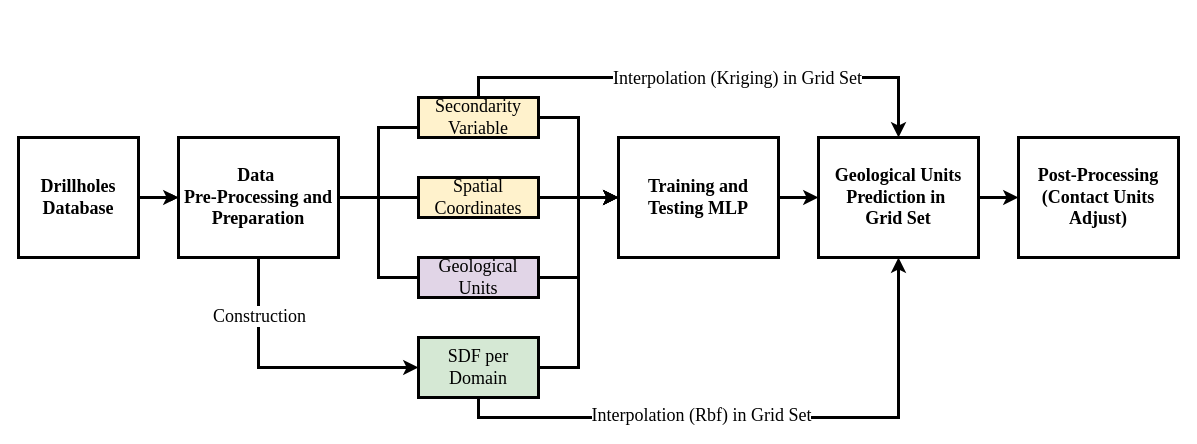
Above: flow_geology_research.drawio in heberallin/Trabajos (draw.io), before the change. Source tidied: cells renumbered, new cells numbered last; positions are measured from the earlier drawing's top-left corner, leaving out a move shared by most shapes. Both pictures are drawn from the tidied source at 100%, with x=0, y=0 at pixel (18, 97).
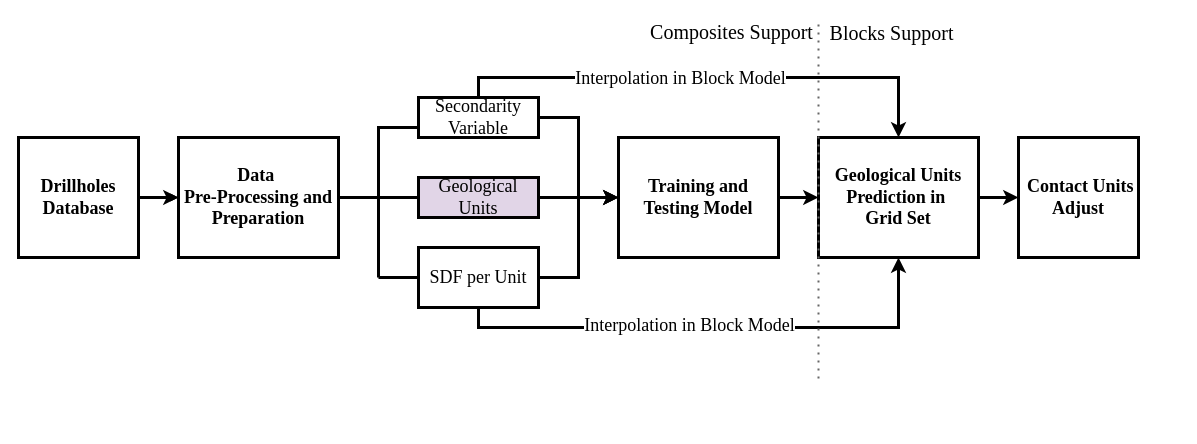
The same diagram, later.

Unchanged cells that the change refers to:
```xml
<mxCell id="9" value="&lt;font&gt;Data&amp;nbsp;&lt;/font&gt;&lt;div&gt;&lt;font&gt;Pre-Processing and Preparation&lt;/font&gt;&lt;/div&gt;" style="rounded=0;whiteSpace=wrap;html=1;strokeWidth=3;fillStyle=auto;glass=0;shadow=0;fontFamily=Times New Roman;fontSize=18;fontStyle=1;" parent="1" vertex="1">
  <mxGeometry x="160" y="40" width="160" height="120" as="geometry" />
</mxCell>
<mxCell id="13" style="edgeStyle=orthogonalEdgeStyle;rounded=0;jettySize=auto;html=1;exitX=0.5;exitY=0;exitDx=0;exitDy=0;entryX=0.5;entryY=0;entryDx=0;entryDy=0;fontFamily=Times New Roman;fontSize=18;fontStyle=1;strokeWidth=3;" parent="1" edge="1" source="15" target="26">
  <mxGeometry relative="1" as="geometry" />
</mxCell>
<mxCell id="19" style="edgeStyle=orthogonalEdgeStyle;rounded=0;jettySize=auto;html=1;exitX=0.5;exitY=1;exitDx=0;exitDy=0;entryX=0.5;entryY=1;entryDx=0;entryDy=0;fontFamily=Times New Roman;fontSize=18;fontStyle=1;strokeWidth=3;" parent="1" edge="1" source="21" target="26">
  <mxGeometry relative="1" as="geometry" />
</mxCell>
```

Change to the diagram source:
```diff
@@
-    <mxCell id="5" style="rounded=0;jettySize=auto;html=1;exitX=0.5;exitY=1;exitDx=0;exitDy=0;entryX=0;entryY=0.5;entryDx=0;entryDy=0;endFill=1;edgeStyle=orthogonalEdgeStyle;strokeWidth=3;fontSize=18;fontFamily=Times New Roman;fontStyle=1;" parent="1" edge="1" source="9" target="21">
-      <mxGeometry relative="1" as="geometry">
-        <Array as="points">
-          <mxPoint x="240" y="270" />
-        </Array>
-      </mxGeometry>
-    </mxCell>
-    <mxCell id="6" value="Construction" style="edgeLabel;html=1;align=center;verticalAlign=middle;rotation=0;textShadow=0;fontSize=18;spacingTop=-4;spacing=2;spacingBottom=0;fontFamily=Times New Roman;fontStyle=0;" parent="5" vertex="1">
-      <mxGeometry x="-0.48" y="5" relative="1" as="geometry">
-        <mxPoint x="-5" y="-10" as="offset" />
-      </mxGeometry>
-    </mxCell>
-    <mxCell id="7" style="edgeStyle=orthogonalEdgeStyle;rounded=0;jettySize=auto;html=1;exitX=1;exitY=0.5;exitDx=0;exitDy=0;entryX=0;entryY=0.5;entryDx=0;entryDy=0;endArrow=none;startFill=0;strokeWidth=3;fontSize=18;fontFamily=Times New Roman;fontStyle=1;" parent="1" edge="1" source="9" target="17">
-      <mxGeometry relative="1" as="geometry" />
-    </mxCell>
@@
-    <mxCell id="11" value="&lt;font&gt;Training and Testing MLP&lt;/font&gt;" style="rounded=0;whiteSpace=wrap;html=1;strokeWidth=3;fillStyle=auto;glass=0;shadow=0;fontFamily=Times New Roman;fontSize=18;fontStyle=1;" parent="1" vertex="1">
+    <mxCell id="11" value="&lt;font&gt;Training and Testing Model&lt;/font&gt;" style="rounded=0;whiteSpace=wrap;html=1;strokeWidth=3;fillStyle=auto;glass=0;shadow=0;fontFamily=Times New Roman;fontSize=18;fontStyle=1;" parent="1" vertex="1">
       <mxGeometry x="600" y="40" width="160" height="120" as="geometry" />
     </mxCell>
@@
-    <mxCell id="14" value="Interpolation (Kriging) in Grid Set" style="edgeLabel;html=1;align=center;verticalAlign=middle;fontSize=18;fontFamily=Times New Roman;fontStyle=0;" parent="13" vertex="1">
+    <mxCell id="14" value="Interpolation in Block Model" style="edgeLabel;html=1;align=center;verticalAlign=middle;fontSize=18;fontFamily=Times New Roman;fontStyle=0;" parent="13" vertex="1">
       <mxGeometry x="-0.26" y="-5" relative="1" as="geometry">
-        <mxPoint x="93" y="-5" as="offset" />
+        <mxPoint x="36" y="-5" as="offset" />
       </mxGeometry>
     </mxCell>
-    <mxCell id="15" value="Secondarity Variable" style="rounded=0;whiteSpace=wrap;html=1;strokeWidth=3;fillStyle=auto;glass=0;shadow=0;fontFamily=Times New Roman;fontSize=18;fillColor=#fff2cc;strokeColor=#000000;fontStyle=0;" parent="1" vertex="1">
+    <mxCell id="15" value="Secondarity Variable" style="rounded=0;whiteSpace=wrap;html=1;strokeWidth=3;fillStyle=auto;glass=0;shadow=0;fontFamily=Times New Roman;fontSize=18;fontStyle=0;" parent="1" vertex="1">
       <mxGeometry x="400" width="120" height="40" as="geometry" />
     </mxCell>
-    <mxCell id="16" style="edgeStyle=orthogonalEdgeStyle;rounded=0;jettySize=auto;html=1;exitX=1;exitY=0.5;exitDx=0;exitDy=0;entryX=0;entryY=0.5;entryDx=0;entryDy=0;endArrow=classic;startFill=0;strokeWidth=3;endFill=1;fontFamily=Times New Roman;fontSize=18;fontStyle=1;" parent="1" edge="1" source="17" target="11">
-      <mxGeometry relative="1" as="geometry" />
-    </mxCell>
-    <mxCell id="17" value="Spatial Coordinates" style="rounded=0;whiteSpace=wrap;html=1;strokeWidth=3;fillStyle=auto;glass=0;shadow=0;fontFamily=Times New Roman;fontSize=18;fillColor=#fff2cc;strokeColor=#000000;fontStyle=0;" parent="1" vertex="1">
-      <mxGeometry x="400" y="80" width="120" height="40" as="geometry" />
-    </mxCell>
@@
-    <mxCell id="20" value="&lt;font&gt;Interpolation (Rbf) in Grid Set&lt;/font&gt;" style="edgeLabel;html=1;align=center;verticalAlign=middle;fontSize=18;fontFamily=Times New Roman;fontStyle=0;" parent="19" vertex="1">
+    <mxCell id="20" value="&lt;font&gt;Interpolation in Block Model&lt;/font&gt;" style="edgeLabel;html=1;align=center;verticalAlign=middle;fontSize=18;fontFamily=Times New Roman;fontStyle=0;" parent="19" vertex="1">
       <mxGeometry x="0.21" y="3" relative="1" as="geometry">
-        <mxPoint x="-121" as="offset" />
+        <mxPoint x="-79" as="offset" />
       </mxGeometry>
     </mxCell>
-    <mxCell id="21" value="&lt;font&gt;SDF per Domain&lt;/font&gt;" style="rounded=0;whiteSpace=wrap;html=1;strokeWidth=3;fillStyle=auto;glass=0;shadow=0;fontFamily=Times New Roman;fontSize=18;fillColor=#d5e8d4;strokeColor=#000000;fontStyle=0;" parent="1" vertex="1">
-      <mxGeometry x="400" y="240" width="120" height="60" as="geometry" />
+    <mxCell id="21" value="&lt;font&gt;SDF per Unit&lt;/font&gt;" style="rounded=0;whiteSpace=wrap;html=1;strokeWidth=3;fillStyle=auto;glass=0;shadow=0;fontFamily=Times New Roman;fontSize=18;fontStyle=0;" parent="1" vertex="1">
+      <mxGeometry x="400" y="150" width="120" height="60" as="geometry" />
     </mxCell>
     <mxCell id="22" style="edgeStyle=orthogonalEdgeStyle;rounded=0;jettySize=auto;html=1;exitX=1;exitY=0.5;exitDx=0;exitDy=0;entryX=0;entryY=0.5;entryDx=0;entryDy=0;endArrow=classic;startFill=0;strokeWidth=3;endFill=1;fontFamily=Times New Roman;fontSize=18;fontStyle=1;" parent="1" edge="1" source="23" target="11">
       <mxGeometry relative="1" as="geometry">
         <Array as="points">
-          <mxPoint x="560" y="180" />
-          <mxPoint x="560" y="100" />
+          <mxPoint x="540" y="100" />
+          <mxPoint x="540" y="100" />
         </Array>
       </mxGeometry>
     </mxCell>
     <mxCell id="23" value="Geological Units" style="rounded=0;whiteSpace=wrap;html=1;strokeWidth=3;fillStyle=auto;glass=0;shadow=0;fontFamily=Times New Roman;fontSize=18;fillColor=#e1d5e7;strokeColor=#000000;fontStyle=0;" parent="1" vertex="1">
-      <mxGeometry x="400" y="160" width="120" height="40" as="geometry" />
+      <mxGeometry x="400" y="80" width="120" height="40" as="geometry" />
     </mxCell>
@@
-    <mxCell id="27" value="Post-Processing (Contact Units Adjust)" style="rounded=0;whiteSpace=wrap;html=1;strokeWidth=3;fillStyle=auto;glass=0;shadow=0;fontFamily=Times New Roman;fontSize=18;fontStyle=1;" parent="1" vertex="1">
-      <mxGeometry x="1000" y="40" width="160" height="120" as="geometry" />
+    <mxCell id="27" value="&amp;nbsp;Contact Units Adjust" style="rounded=0;whiteSpace=wrap;html=1;strokeWidth=3;fillStyle=auto;glass=0;shadow=0;fontFamily=Times New Roman;fontSize=18;fontStyle=1;" parent="1" vertex="1">
+      <mxGeometry x="1000" y="40" width="120" height="120" as="geometry" />
     </mxCell>
+    <mxCell id="28" style="endArrow=none;html=1;rounded=0;fontSize=18;strokeWidth=3;" parent="1" edge="1">
+      <mxGeometry relative="1" as="geometry">
+        <mxPoint x="360" y="180" as="sourcePoint" />
+        <mxPoint x="360" y="100" as="targetPoint" />
+      </mxGeometry>
+    </mxCell>
+    <mxCell id="29" style="endArrow=none;html=1;rounded=0;fontSize=18;strokeWidth=3;exitX=0;exitY=0.5;exitDx=0;exitDy=0;" parent="1" edge="1" source="21">
+      <mxGeometry relative="1" as="geometry">
+        <mxPoint x="360" y="180" as="targetPoint" />
+      </mxGeometry>
+    </mxCell>
+    <mxCell id="30" style="endArrow=none;dashed=1;html=1;dashPattern=1 3;strokeWidth=2;rounded=0;fillColor=#f5f5f5;strokeColor=#666666;" parent="1" edge="1">
+      <mxGeometry relative="1" as="geometry">
+        <mxPoint x="800" y="281" as="sourcePoint" />
+        <mxPoint x="800" y="-79" as="targetPoint" />
+      </mxGeometry>
+    </mxCell>
+    <mxCell id="31" value="Composites Support" style="edgeLabel;html=1;align=center;verticalAlign=middle;fontSize=20;fontFamily=Times New Roman;fontStyle=0;" parent="1" vertex="1">
+      <mxGeometry x="730" y="-50" as="geometry">
+        <mxPoint x="-18" y="-17" as="offset" />
+      </mxGeometry>
+    </mxCell>
+    <mxCell id="32" value="Blocks Support" style="edgeLabel;html=1;align=center;verticalAlign=middle;fontSize=20;fontFamily=Times New Roman;fontStyle=0;" parent="1" vertex="1">
+      <mxGeometry x="526" y="-52" as="geometry">
+        <mxPoint x="346" y="-14" as="offset" />
+      </mxGeometry>
+    </mxCell>
```
